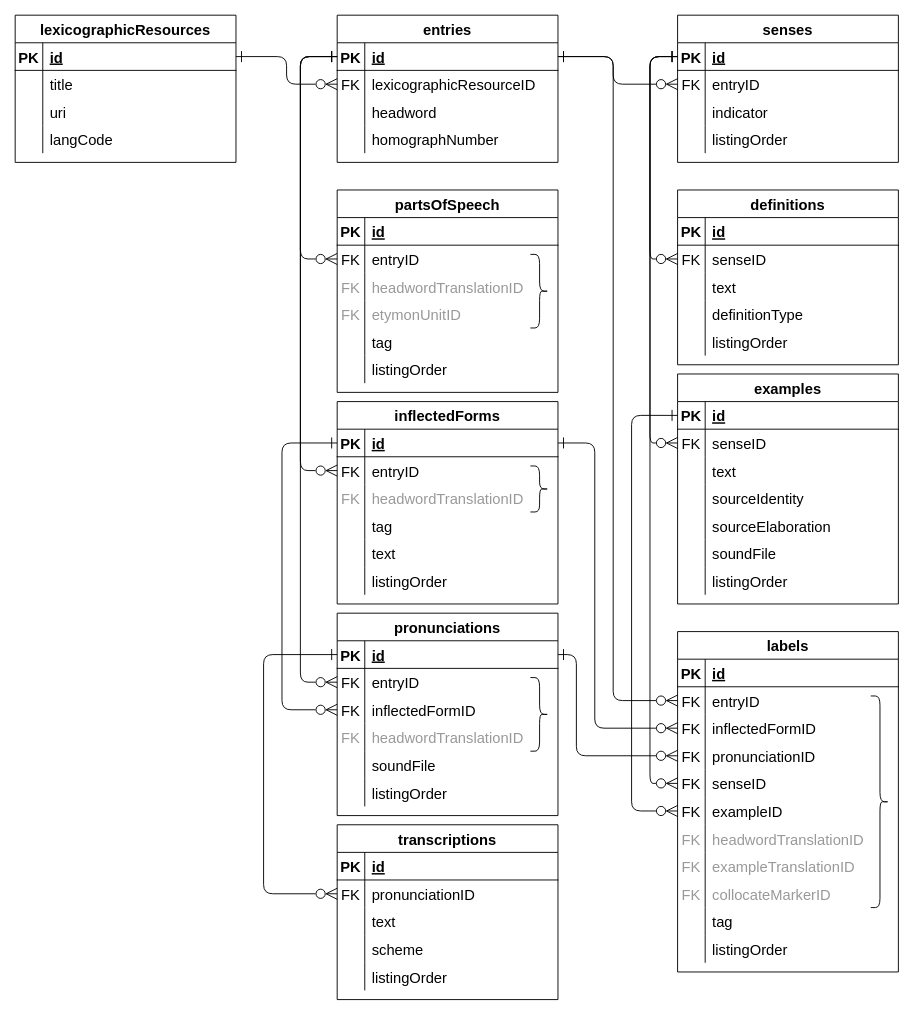
The draw.io diagram dmlex-v1.0/specification/serializations/RDB/databaseDiagrams/core.drawio in oasis-tcs/lexidma, before the edit. Source tidied: cells renumbered, new cells numbered last; positions are measured from the earlier drawing's top-left corner, leaving out a move shared by most shapes. Both pictures are drawn from the tidied source at 92%, with x=0, y=0 at pixel (15, 15).
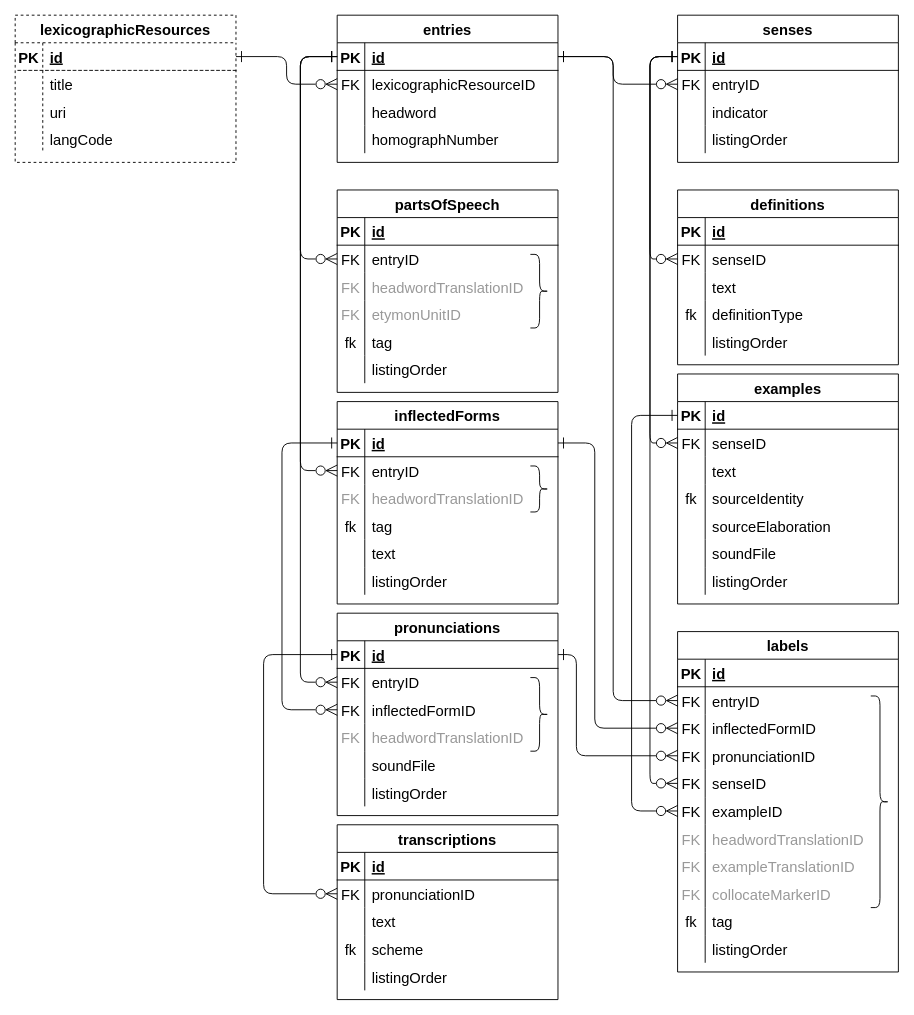
After the change.

The change refers to these unchanged cells:
```xml
<mxCell id="56" style="shape=tableRow;horizontal=0;startSize=0;swimlaneHead=0;swimlaneBody=0;fillColor=none;top=0;left=0;right=0;bottom=0;fontSize=16;" parent="43" vertex="1">
  <mxGeometry y="150" width="240" height="30" as="geometry" />
</mxCell>
<mxCell id="72" style="shape=tableRow;horizontal=0;startSize=0;swimlaneHead=0;swimlaneBody=0;fillColor=none;top=0;left=0;right=0;bottom=0;fontSize=16;" parent="62" vertex="1">
  <mxGeometry y="120" width="240" height="30" as="geometry" />
</mxCell>
<mxCell id="91" style="shape=tableRow;horizontal=0;startSize=0;swimlaneHead=0;swimlaneBody=0;fillColor=none;top=0;left=0;right=0;bottom=0;fontSize=16;" parent="81" vertex="1">
  <mxGeometry y="120" width="240" height="30" as="geometry" />
</mxCell>
<mxCell id="126" style="shape=tableRow;horizontal=0;startSize=0;swimlaneHead=0;swimlaneBody=0;fillColor=none;top=0;left=0;right=0;bottom=0;fontSize=16;" parent="116" vertex="1">
  <mxGeometry y="120" width="240" height="30" as="geometry" />
</mxCell>
<mxCell id="142" style="shape=tableRow;horizontal=0;startSize=0;swimlaneHead=0;swimlaneBody=0;fillColor=none;top=0;left=0;right=0;bottom=0;fontSize=16;" parent="132" vertex="1">
  <mxGeometry y="120" width="240" height="30" as="geometry" />
</mxCell>
<mxCell id="182" style="shape=tableRow;horizontal=0;startSize=0;swimlaneHead=0;swimlaneBody=0;fillColor=none;top=0;left=0;right=0;bottom=0;fontSize=16;" parent="154" vertex="1">
  <mxGeometry y="300" width="240" height="30" as="geometry" />
</mxCell>
```

The edit, as a diff of the source:
```diff
@@
-    <mxCell id="2" value="lexicographicResources" style="shape=table;startSize=30;childLayout=tableLayout;rowLines=0;fontStyle=1;align=center;fontSize=16;" parent="1" vertex="1">
+    <mxCell id="2" value="lexicographicResources" style="shape=table;startSize=30;childLayout=tableLayout;rowLines=0;fontStyle=1;align=center;fontSize=16;dashed=1;" parent="1" vertex="1">
       <mxGeometry width="240" height="160" as="geometry" />
     </mxCell>
-    <mxCell id="3" style="shape=tableRow;horizontal=0;startSize=0;swimlaneHead=0;swimlaneBody=0;fillColor=none;points=[[0,0.5],[1,0.5]];portConstraint=eastwest;top=0;left=0;right=0;bottom=1;fontSize=16;" parent="2" vertex="1">
+    <mxCell id="3" style="shape=tableRow;horizontal=0;startSize=0;swimlaneHead=0;swimlaneBody=0;fillColor=none;points=[[0,0.5],[1,0.5]];portConstraint=eastwest;top=0;left=0;right=0;bottom=1;fontSize=16;dashed=1;" parent="2" vertex="1">
       <mxGeometry y="30" width="240" height="30" as="geometry" />
     </mxCell>
@@
-    <mxCell id="57" style="shape=partialRectangle;fillColor=none;top=0;left=0;bottom=0;right=0;overflow=hidden;fontSize=16;" parent="56" vertex="1">
+    <mxCell id="57" value="fk" style="shape=partialRectangle;fillColor=none;top=0;left=0;bottom=0;right=0;overflow=hidden;fontSize=16;fontStyle=0;spacing=2;" parent="56" vertex="1">
       <mxGeometry width="30" height="30" as="geometry" />
     </mxCell>
@@
-    <mxCell id="73" style="shape=partialRectangle;fillColor=none;top=0;left=0;bottom=0;right=0;overflow=hidden;fontSize=16;" parent="72" vertex="1">
+    <mxCell id="73" value="fk" style="shape=partialRectangle;fillColor=none;top=0;left=0;bottom=0;right=0;overflow=hidden;fontSize=16;" parent="72" vertex="1">
       <mxGeometry width="30" height="30" as="geometry" />
     </mxCell>
@@
-    <mxCell id="92" style="shape=partialRectangle;fillColor=none;top=0;left=0;bottom=0;right=0;overflow=hidden;fontSize=16;" parent="91" vertex="1">
+    <mxCell id="92" value="fk" style="shape=partialRectangle;fillColor=none;top=0;left=0;bottom=0;right=0;overflow=hidden;fontSize=16;" parent="91" vertex="1">
       <mxGeometry width="30" height="30" as="geometry" />
     </mxCell>
@@
-    <mxCell id="127" style="shape=partialRectangle;fillColor=none;top=0;left=0;bottom=0;right=0;overflow=hidden;fontSize=16;" parent="126" vertex="1">
+    <mxCell id="127" value="fk" style="shape=partialRectangle;fillColor=none;top=0;left=0;bottom=0;right=0;overflow=hidden;fontSize=16;" parent="126" vertex="1">
       <mxGeometry width="30" height="30" as="geometry" />
     </mxCell>
@@
-    <mxCell id="143" style="shape=partialRectangle;fillColor=none;top=0;left=0;bottom=0;right=0;overflow=hidden;fontSize=16;" parent="142" vertex="1">
+    <mxCell id="143" value="fk" style="shape=partialRectangle;fillColor=none;top=0;left=0;bottom=0;right=0;overflow=hidden;fontSize=16;" parent="142" vertex="1">
       <mxGeometry width="30" height="30" as="geometry" />
     </mxCell>
@@
-    <mxCell id="183" style="shape=partialRectangle;fillColor=none;top=0;left=0;bottom=0;right=0;overflow=hidden;fontSize=16;" parent="182" vertex="1">
+    <mxCell id="183" value="fk" style="shape=partialRectangle;fillColor=none;top=0;left=0;bottom=0;right=0;overflow=hidden;fontSize=16;" parent="182" vertex="1">
       <mxGeometry width="30" height="30" as="geometry" />
     </mxCell>
```
